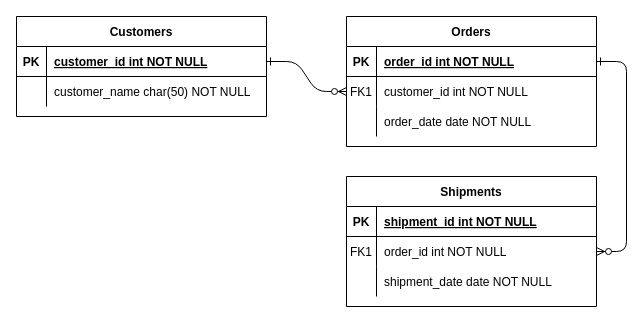
Earlier version of the draw.io diagram Untitled Diagram.drawio (dedysurya13/er-diagram). Source tidied: cells renumbered, new cells numbered last; positions are measured from the earlier drawing's top-left corner, leaving out a move shared by most shapes. Both pictures are drawn from the tidied source at 100%, with x=0, y=0 at pixel (16, 16).
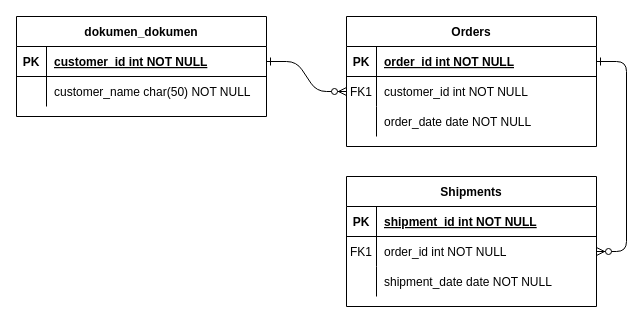
The same page after the edit.

The edit, as a diff of the source:
```diff
@@
-    <mxCell id="24" value="Customers" style="shape=table;startSize=30;childLayout=tableLayout;rowLines=0;fontStyle=1;align=center;" parent="1" vertex="1">
+    <mxCell id="24" value="dokumen_dokumen" style="shape=table;startSize=30;childLayout=tableLayout;rowLines=0;fontStyle=1;align=center;" parent="1" vertex="1">
       <mxGeometry width="250" height="100" as="geometry" />
     </mxCell>
```
